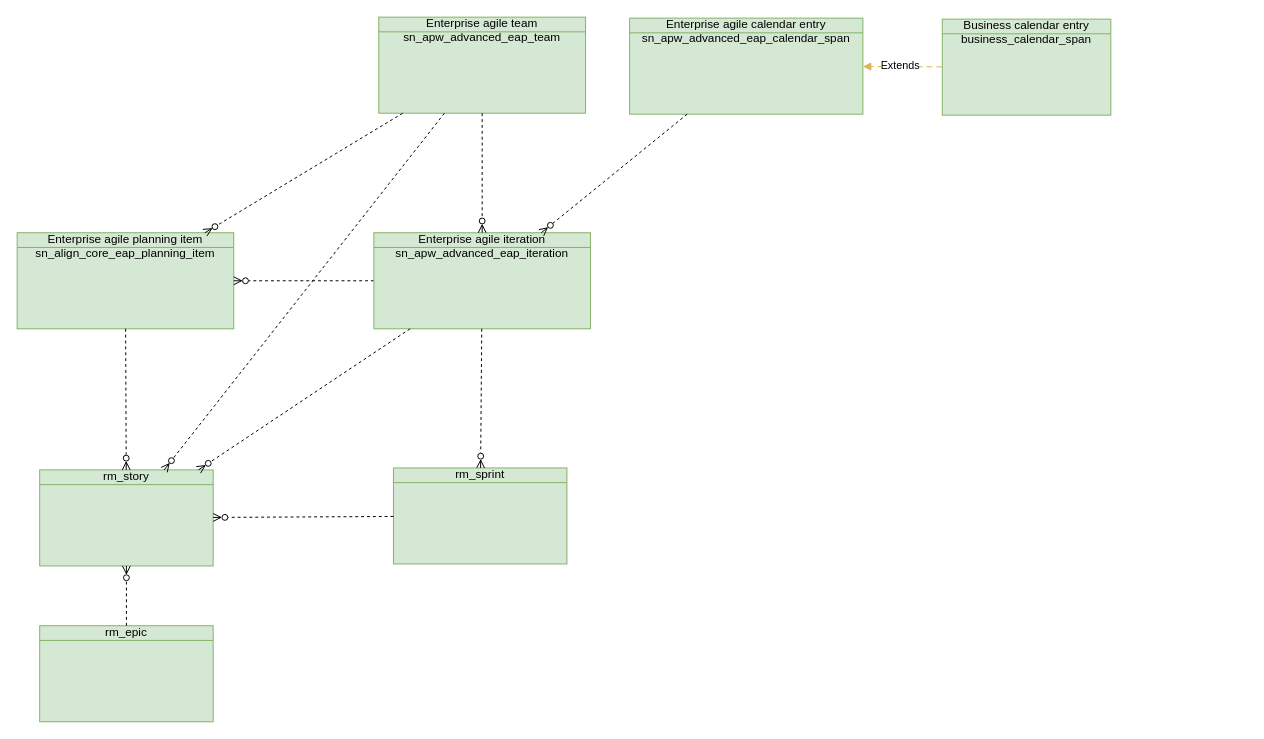
The draw.io diagram BoschEAP.drawio in algimas/tmp, before the edit. Source tidied: cells renumbered, new cells numbered last; positions are measured from the earlier drawing's top-left corner, leaving out a move shared by most shapes. Both pictures are drawn from the tidied source at 98%, with x=0, y=0 at pixel (17, 17).
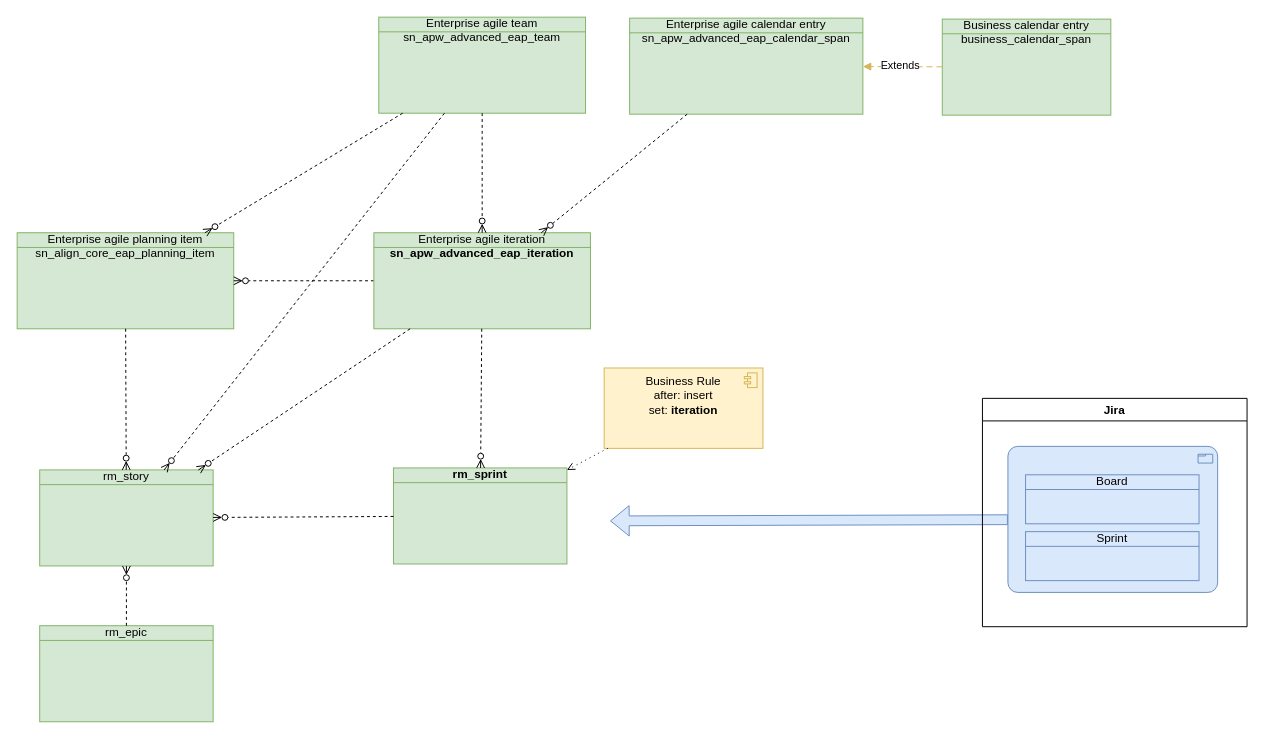
The same diagram, later.

Diff of the diagram source:
```diff
@@
-    <mxCell id="2" value="rm_sprint" style="html=1;outlineConnect=0;whiteSpace=wrap;fillColor=#d5e8d4;shape=mxgraph.archimate3.businessObject;overflow=fill;strokeColor=#82b366;" parent="1" vertex="1">
+    <mxCell id="2" value="&lt;b&gt;rm_sprint&lt;/b&gt;" style="html=1;outlineConnect=0;whiteSpace=wrap;fillColor=#d5e8d4;shape=mxgraph.archimate3.businessObject;overflow=fill;strokeColor=#82b366;" parent="1" vertex="1">
       <mxGeometry x="384" y="460" width="177" height="98" as="geometry" />
     </mxCell>
@@
-    <mxCell id="6" value="Enterprise agile iteration sn_apw_advanced_eap_iteration" style="html=1;outlineConnect=0;whiteSpace=wrap;fillColor=#d5e8d4;shape=mxgraph.archimate3.businessObject;overflow=fill;strokeColor=#82b366;" parent="1" vertex="1">
+    <mxCell id="6" value="Enterprise agile iteration &lt;b&gt;sn_apw_advanced_eap_iteration&lt;/b&gt;" style="html=1;outlineConnect=0;whiteSpace=wrap;fillColor=#d5e8d4;shape=mxgraph.archimate3.businessObject;overflow=fill;strokeColor=#82b366;" parent="1" vertex="1">
       <mxGeometry x="364" y="220" width="221" height="98" as="geometry" />
     </mxCell>
@@
+    <mxCell id="22" value="&lt;div&gt;Business Rule&lt;/div&gt;&lt;div&gt;after: insert&lt;/div&gt;&lt;div&gt;set: &lt;b&gt;iteration&lt;/b&gt;&lt;br&gt;&lt;/div&gt;" style="html=1;outlineConnect=0;whiteSpace=wrap;fillColor=#fff2cc;shape=mxgraph.archimate3.application;appType=comp;archiType=square;strokeColor=#d6b656;verticalAlign=top;" parent="1" vertex="1">
+      <mxGeometry x="599" y="358" width="162" height="82" as="geometry" />
+    </mxCell>
+    <mxCell id="23" style="html=1;endArrow=open;elbow=vertical;endFill=0;dashed=1;dashPattern=1 4;rounded=0;" parent="1" edge="1" source="22" target="2">
+      <mxGeometry relative="1" as="geometry" />
+    </mxCell>
+    <mxCell id="24" style="shape=flexArrow;endArrow=classic;html=1;rounded=0;fillColor=#dae8fc;strokeColor=#6c8ebf;" parent="1" edge="1" source="26">
+      <mxGeometry relative="1" as="geometry">
+        <mxPoint x="605" y="514" as="targetPoint" />
+      </mxGeometry>
+    </mxCell>
+    <mxCell id="25" value="Jira" style="swimlane;" parent="1" vertex="1">
+      <mxGeometry x="985" y="389" width="270" height="233" as="geometry" />
+    </mxCell>
+    <mxCell id="26" style="html=1;outlineConnect=0;whiteSpace=wrap;fillColor=#dae8fc;shape=mxgraph.archimate3.application;appType=product;archiType=rounded;strokeColor=#6c8ebf;verticalAlign=top;fontStyle=0;" parent="25" vertex="1">
+      <mxGeometry x="26" y="49" width="214" height="149" as="geometry" />
+    </mxCell>
+    <mxCell id="27" value="Board" style="html=1;whiteSpace=wrap;fillColor=#dae8fc;shape=mxgraph.archimate3.businessObject;overflow=fill;strokeColor=#6c8ebf;" parent="25" vertex="1">
+      <mxGeometry x="44" y="78" width="177" height="50" as="geometry" />
+    </mxCell>
+    <mxCell id="28" value="Sprint" style="html=1;whiteSpace=wrap;fillColor=#dae8fc;shape=mxgraph.archimate3.businessObject;overflow=fill;strokeColor=#6c8ebf;" parent="25" vertex="1">
+      <mxGeometry x="44" y="136" width="177" height="50" as="geometry" />
+    </mxCell>
```
